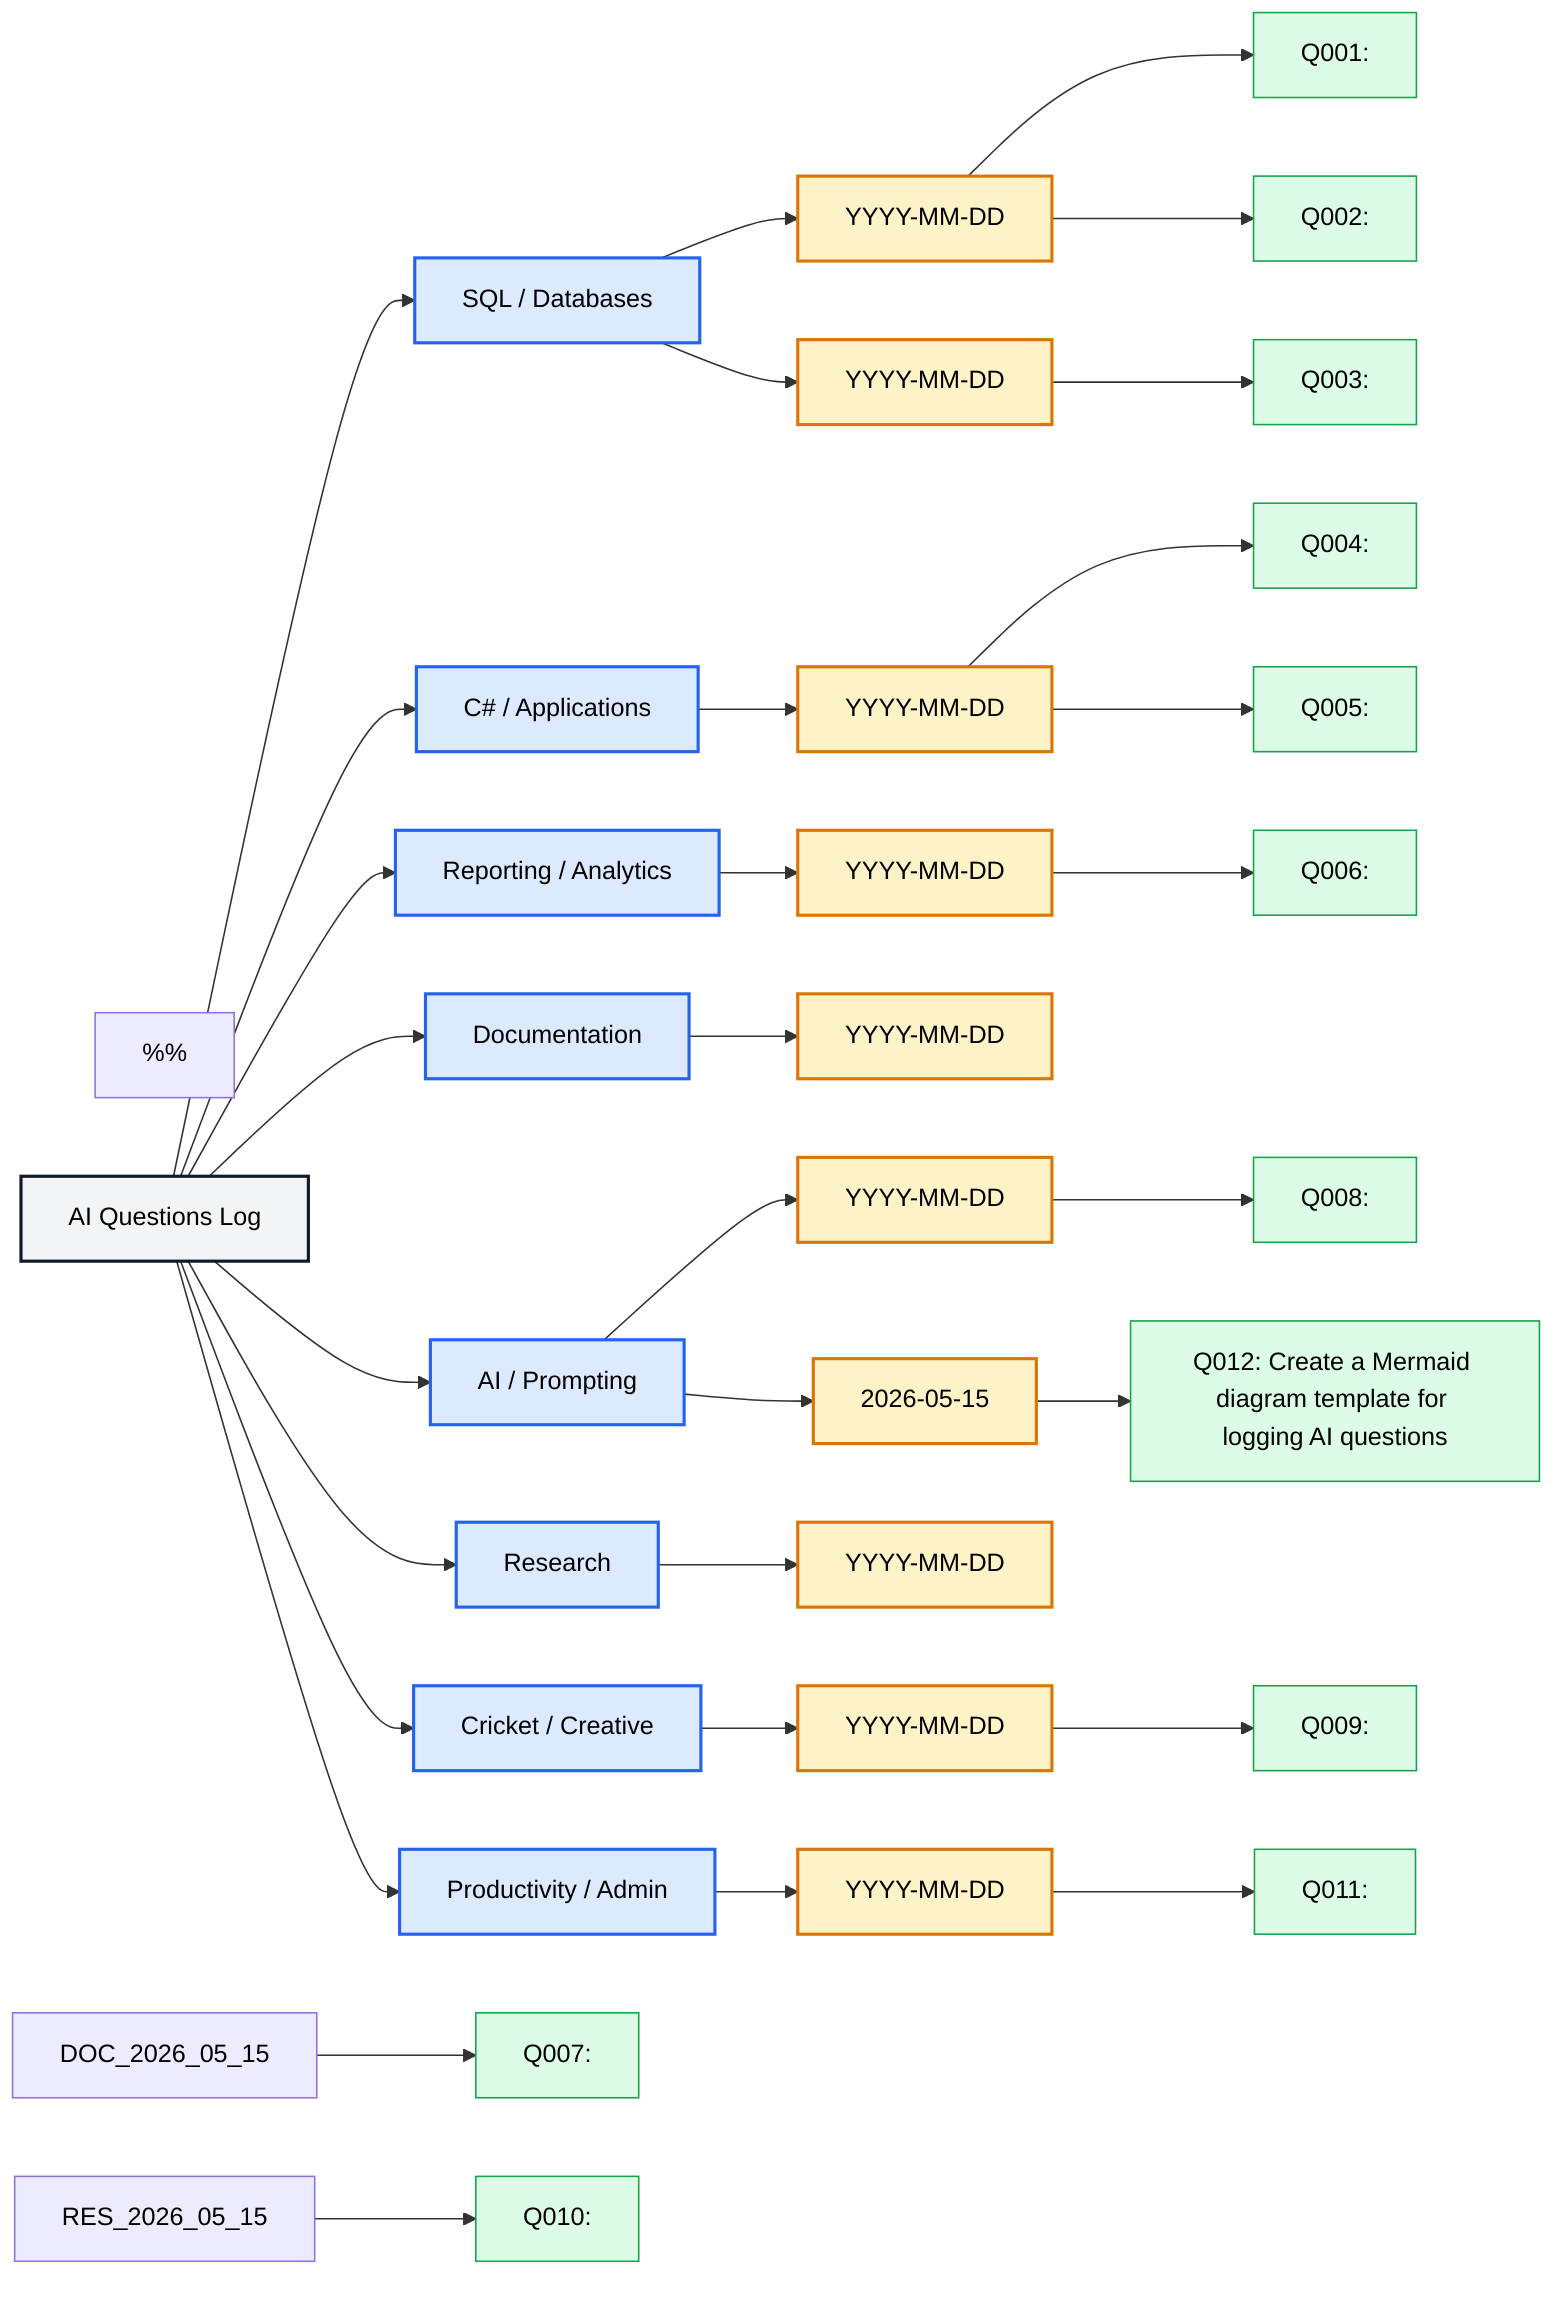
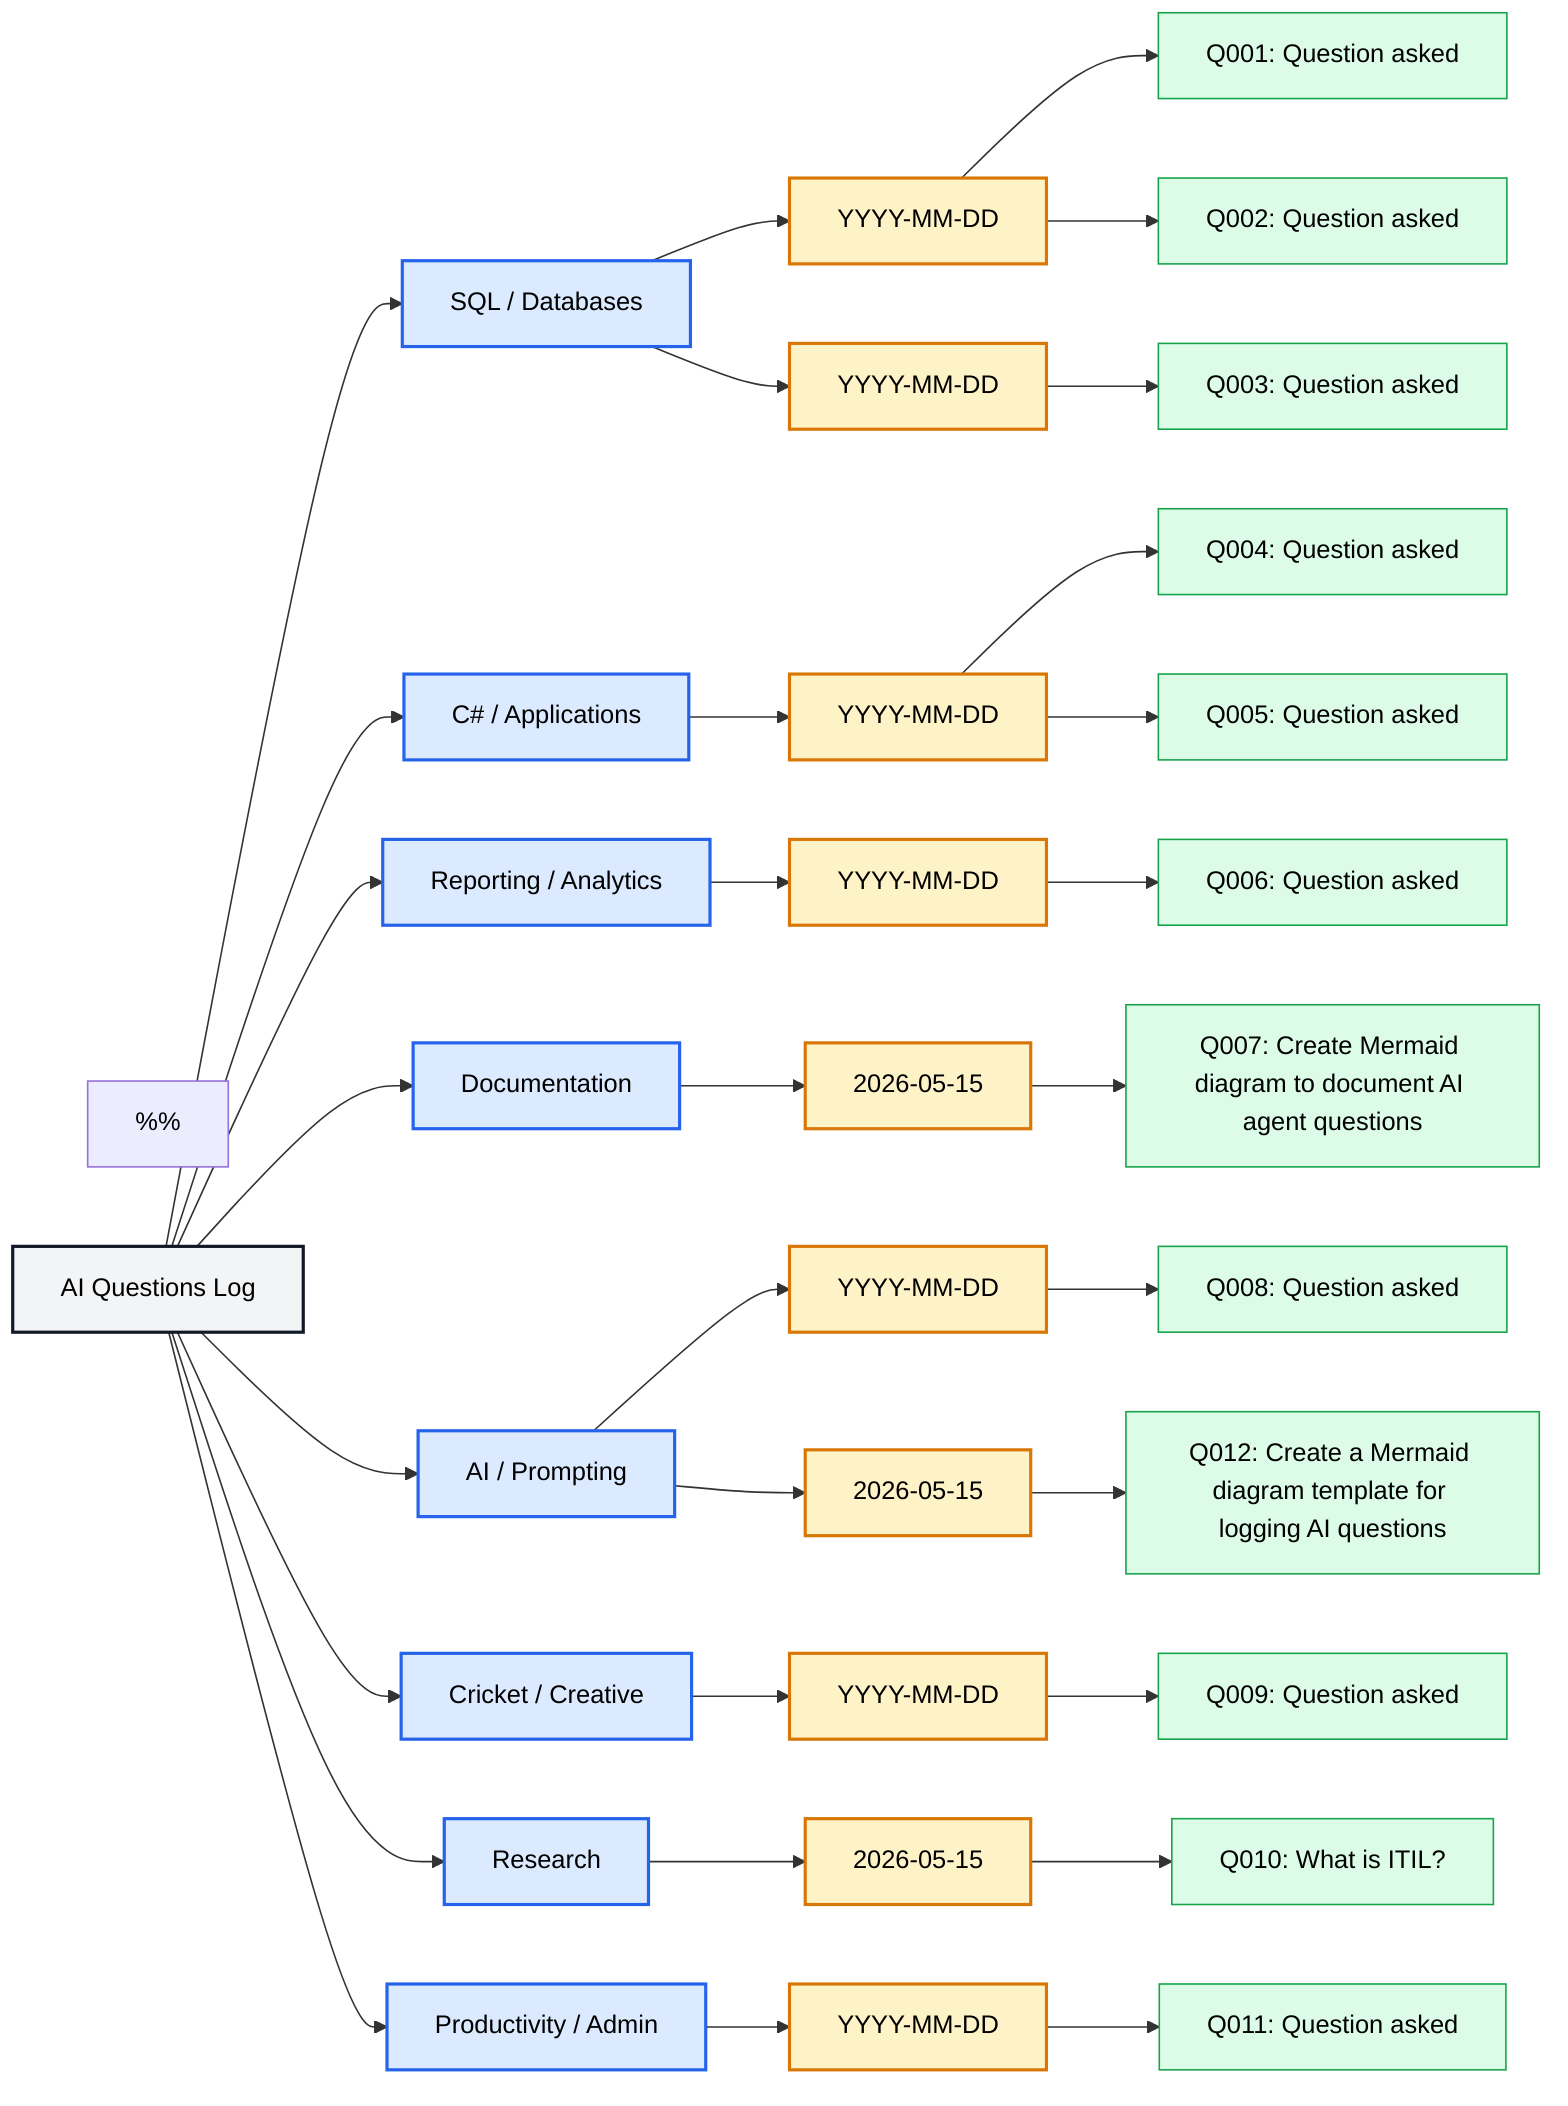
flowchart LR

    %% ============================================================
    %% AI Questions Log
    %% ============================================================
    %% Purpose:
    %% Visually record questions asked to AI assistants.
    %%
    %% Structure:
    %% Topic → Date → Questions
    %%
    %% How to use:
    %% 1. Add new topics under "Main Topics"
    %% 2. Add dates under the relevant topic
    %% 3. Add questions under the relevant date
    %% 4. Keep Q numbers unique across the whole diagram
    %% ============================================================

- 
    %% ============================================================
    %% Root
    %% ============================================================

    Log[AI Questions Log]
    %% Main Topics
    %% ============================================================

    Log --> SQL[SQL / Databases]
    Log --> CSharp[C# / Applications]
    Log --> Reporting[Reporting / Analytics]
    Log --> Docs[Documentation]
    Log --> Prompting[AI / Prompting]
    Log --> Creative[Cricket / Creative]
    Log --> Research[Research]
    Log --> Admin[Productivity / Admin]

- 
    %% ============================================================
    %% SQL / Databases
    %% ============================================================

    SQL --> SQL_YYYY_MM_DD[YYYY-MM-DD]
-     SQL_YYYY_MM_DD --> SQL_Q001["Q001: <Question asked>"]
-     SQL_YYYY_MM_DD --> SQL_Q002["Q002: <Question asked>"]
+     SQL_YYYY_MM_DD --> SQL_Q001["Q001: Question asked"]
+     SQL_YYYY_MM_DD --> SQL_Q002["Q002: Question asked"]

    SQL --> SQL_YYYY_MM_DD_2[YYYY-MM-DD]
-     SQL_YYYY_MM_DD_2 --> SQL_Q003["Q003: <Question asked>"]
- 
+     SQL_YYYY_MM_DD_2 --> SQL_Q003["Q003: Question asked"]

    %% ============================================================
    %% C# / Applications
    %% ============================================================

    CSharp --> CS_YYYY_MM_DD[YYYY-MM-DD]
-     CS_YYYY_MM_DD --> CS_Q004["Q004: <Question asked>"]
-     CS_YYYY_MM_DD --> CS_Q005["Q005: <Question asked>"]
- 
+     CS_YYYY_MM_DD --> CS_Q004["Q004: Question asked"]
+     CS_YYYY_MM_DD --> CS_Q005["Q005: Question asked"]

    %% ============================================================
    %% Reporting / Analytics
    %% ============================================================

    Reporting --> REP_YYYY_MM_DD[YYYY-MM-DD]
-     REP_YYYY_MM_DD --> REP_Q006["Q006: <Question asked>"]
- 
+     REP_YYYY_MM_DD --> REP_Q006["Q006: Question asked"]

    %% ============================================================
    %% Documentation
    %% ============================================================

-     Docs --> DOC_YYYY_MM_DD[YYYY-MM-DD]
-     DOC_2026_05_15 --> DOC_Q007["Q007: <Create Mermaid Diagram I can Use to Documnet AI Agent Questions>"]
- 
+     Docs --> DOC_2026_05_15[2026-05-15]
+     DOC_2026_05_15 --> DOC_Q007["Q007: Create Mermaid diagram to document AI agent questions"]

    %% ============================================================
    %% AI / Prompting
    %% ============================================================

    Prompting --> AI_YYYY_MM_DD[YYYY-MM-DD]
-     AI_YYYY_MM_DD --> AI_Q008["Q008: <Question asked>"]
- 
+     AI_YYYY_MM_DD --> AI_Q008["Q008: Question asked"]

    %% ============================================================
    %% Cricket / Creative
    %% ============================================================

    Creative --> CRE_YYYY_MM_DD[YYYY-MM-DD]
-     CRE_YYYY_MM_DD --> CRE_Q009["Q009: <Question asked>"]
- 
+     CRE_YYYY_MM_DD --> CRE_Q009["Q009: Question asked"]

    %% ============================================================
    %% Research
    %% ============================================================

-     Research --> RES_YYYY_MM_DD[YYYY-MM-DD]
-     RES_2026_05_15 --> RES_Q010["Q010: <What is ITIL?>"]
- 
+     Research --> RES_2026_05_15[2026-05-15]
+     RES_2026_05_15 --> RES_Q010["Q010: What is ITIL?"]

    %% ============================================================
    %% Productivity / Admin
    %% ============================================================

    Admin --> ADM_YYYY_MM_DD[YYYY-MM-DD]
-     ADM_YYYY_MM_DD --> ADM_Q011["Q011: <Question asked>"]
- 
+     ADM_YYYY_MM_DD --> ADM_Q011["Q011: Question asked"]

    %% ============================================================
    %% Current Example Entry
    %% You can delete this section if you want the template fully blank
    %% ============================================================

    Prompting --> AI_2026_05_15[2026-05-15]
    AI_2026_05_15 --> AI_Q012["Q012: Create a Mermaid diagram template for logging AI questions"]
- 

    %% ============================================================
    %% Styling
    %% ============================================================

    classDef root fill:#f3f4f6,stroke:#111827,stroke-width:2px,color:#000;
    classDef topic fill:#dbeafe,stroke:#2563eb,stroke-width:2px,color:#000;
    classDef date fill:#fef3c7,stroke:#d97706,stroke-width:2px,color:#000;
    classDef question fill:#dcfce7,stroke:#16a34a,stroke-width:1px,color:#000;

- 
    %% ============================================================
    %% Apply Styling
    %% ============================================================

    class Log root;

    class SQL,CSharp,Reporting,Docs,Prompting,Creative,Research,Admin topic;

-     class SQL_YYYY_MM_DD,SQL_YYYY_MM_DD_2,CS_YYYY_MM_DD,REP_YYYY_MM_DD,DOC_YYYY_MM_DD,AI_YYYY_MM_DD,CRE_YYYY_MM_DD,RES_YYYY_MM_DD,ADM_YYYY_MM_DD,AI_2026_05_15 date;
+     class SQL_YYYY_MM_DD,SQL_YYYY_MM_DD_2,CS_YYYY_MM_DD,REP_YYYY_MM_DD,DOC_2026_05_15,AI_YYYY_MM_DD,CRE_YYYY_MM_DD,RES_2026_05_15,ADM_YYYY_MM_DD,AI_2026_05_15 date;

    class SQL_Q001,SQL_Q002,SQL_Q003,CS_Q004,CS_Q005,REP_Q006,DOC_Q007,AI_Q008,CRE_Q009,RES_Q010,ADM_Q011,AI_Q012 question;
